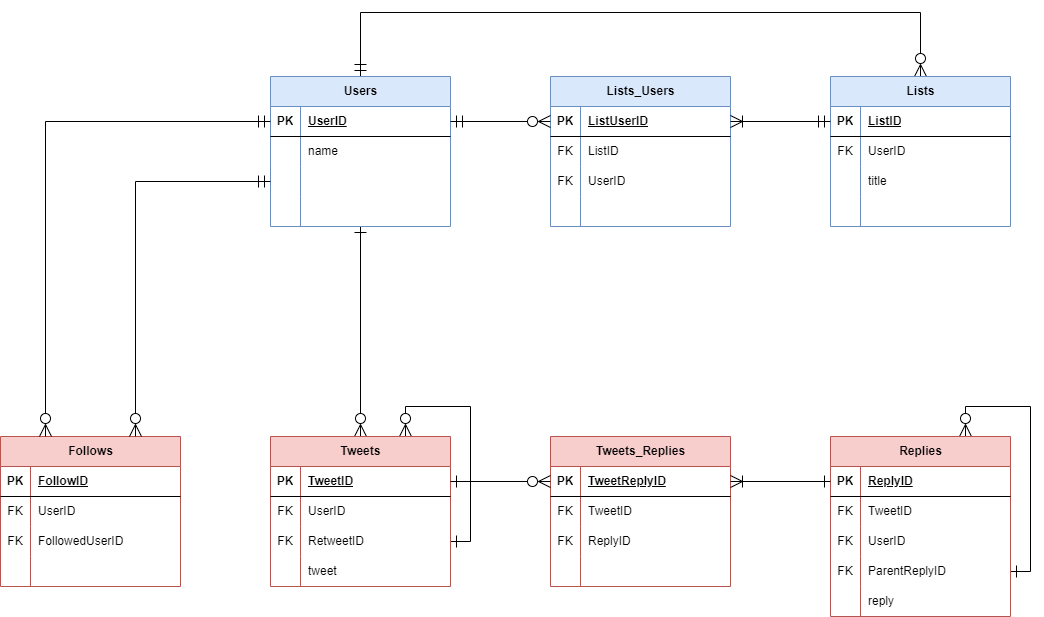
Above: Twitter.drawio.png in npakk/fjord-database-erd-practice (draw.io), before the change. Source tidied: cells renumbered, new cells last; positions are measured from the earlier drawing's top-left corner, leaving out a move shared by most shapes.
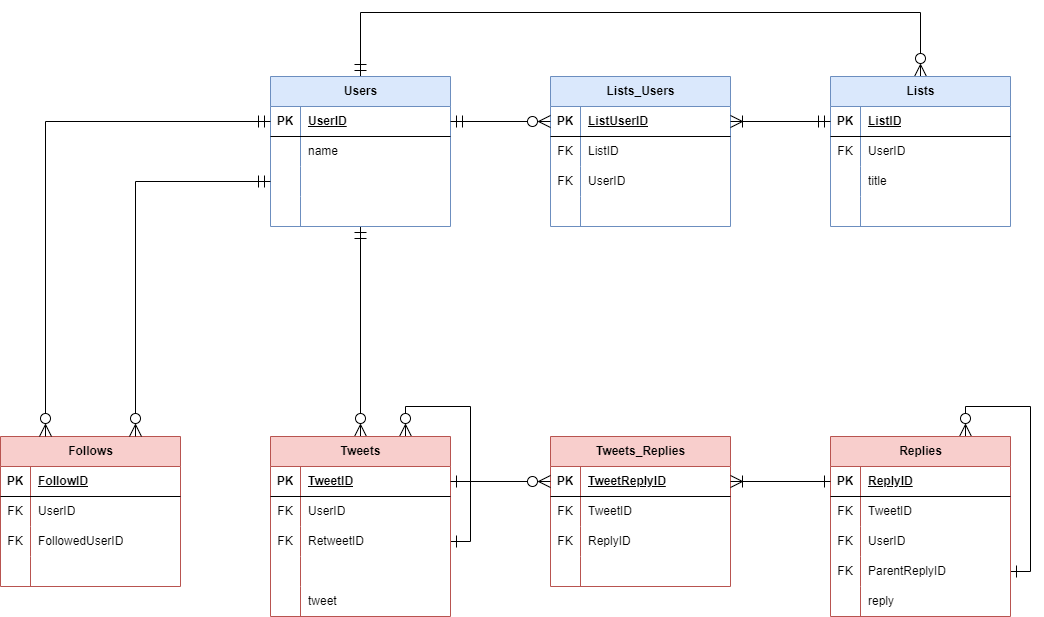
After the commit.

Commit message:
Twitter.drawio.png を更新します

What changed in the source:
```diff
@@ -2,7 +2,7 @@
   <root>
     <mxCell id="0" />
     <mxCell id="1" parent="0" />
-    <mxCell id="2" style="edgeStyle=orthogonalEdgeStyle;rounded=0;jettySize=auto;html=1;entryX=0.5;entryY=0;entryDx=0;entryDy=0;endSize=10;startSize=10;endArrow=ERzeroToMany;endFill=0;startArrow=ERone;startFill=0;" parent="1" edge="1" source="4" target="19">
+    <mxCell id="2" style="edgeStyle=orthogonalEdgeStyle;rounded=0;jettySize=auto;html=1;entryX=0.5;entryY=0;entryDx=0;entryDy=0;endSize=10;startSize=10;endArrow=ERzeroToMany;endFill=0;startArrow=ERmandOne;startFill=0;" parent="1" edge="1" source="4" target="19">
       <mxGeometry relative="1" as="geometry" />
     </mxCell>
     <mxCell id="3" style="edgeStyle=orthogonalEdgeStyle;rounded=0;jettySize=auto;html=1;exitX=0.5;exitY=0;exitDx=0;exitDy=0;entryX=0.5;entryY=0;entryDx=0;entryDy=0;endSize=10;startSize=10;endArrow=ERzeroToMany;endFill=0;startArrow=ERmandOne;startFill=0;" parent="1" edge="1" source="4" target="61">
@@ -71,7 +71,7 @@
       </mxGeometry>
     </mxCell>
     <mxCell id="19" value="Tweets" style="shape=table;startSize=30;rowLines=0;fontStyle=1;align=center;html=1;fillColor=#f8cecc;strokeColor=#b85450;" parent="1" vertex="1">
-      <mxGeometry x="270" y="424" width="180" height="150" as="geometry" />
+      <mxGeometry x="270" y="424" width="180" height="180" as="geometry" />
     </mxCell>
     <mxCell id="20" style="shape=tableRow;horizontal=0;startSize=0;swimlaneHead=0;swimlaneBody=0;fillColor=none;points=[[0,0.5],[1,0.5]];portConstraint=eastwest;top=0;left=0;right=0;bottom=1;" parent="19" vertex="1">
       <mxGeometry y="30" width="180" height="30" as="geometry" />
@@ -100,8 +100,17 @@
     <mxCell id="28" value="RetweetID" style="shape=partialRectangle;fillColor=none;top=0;left=0;bottom=0;right=0;align=left;spacingLeft=6;overflow=hidden;whiteSpace=wrap;html=1;" parent="26" vertex="1">
       <mxGeometry x="30" width="150" height="30" as="geometry" />
     </mxCell>
+    <mxCell id="107" style="shape=tableRow;horizontal=0;startSize=0;swimlaneHead=0;swimlaneBody=0;fillColor=none;top=0;left=0;right=0;bottom=0;" parent="19" vertex="1">
+      <mxGeometry y="120" width="180" height="30" as="geometry" />
+    </mxCell>
+    <mxCell id="108" style="shape=partialRectangle;fillColor=none;top=0;left=0;bottom=0;right=0;overflow=hidden;whiteSpace=wrap;html=1;" parent="107" vertex="1">
+      <mxGeometry width="30" height="30" as="geometry" />
+    </mxCell>
+    <mxCell id="109" style="shape=partialRectangle;fillColor=none;top=0;left=0;bottom=0;right=0;align=left;spacingLeft=6;overflow=hidden;whiteSpace=wrap;html=1;" parent="107" vertex="1">
+      <mxGeometry x="30" width="150" height="30" as="geometry" />
+    </mxCell>
     <mxCell id="29" style="shape=tableRow;horizontal=0;startSize=0;swimlaneHead=0;swimlaneBody=0;fillColor=none;top=0;left=0;right=0;bottom=0;" parent="19" vertex="1">
-      <mxGeometry y="120" width="180" height="30" as="geometry" />
+      <mxGeometry y="150" width="180" height="30" as="geometry" />
     </mxCell>
     <mxCell id="30" style="shape=partialRectangle;fillColor=none;top=0;left=0;bottom=0;right=0;overflow=hidden;whiteSpace=wrap;html=1;" parent="29" vertex="1">
       <mxGeometry width="30" height="30" as="geometry" />
```
